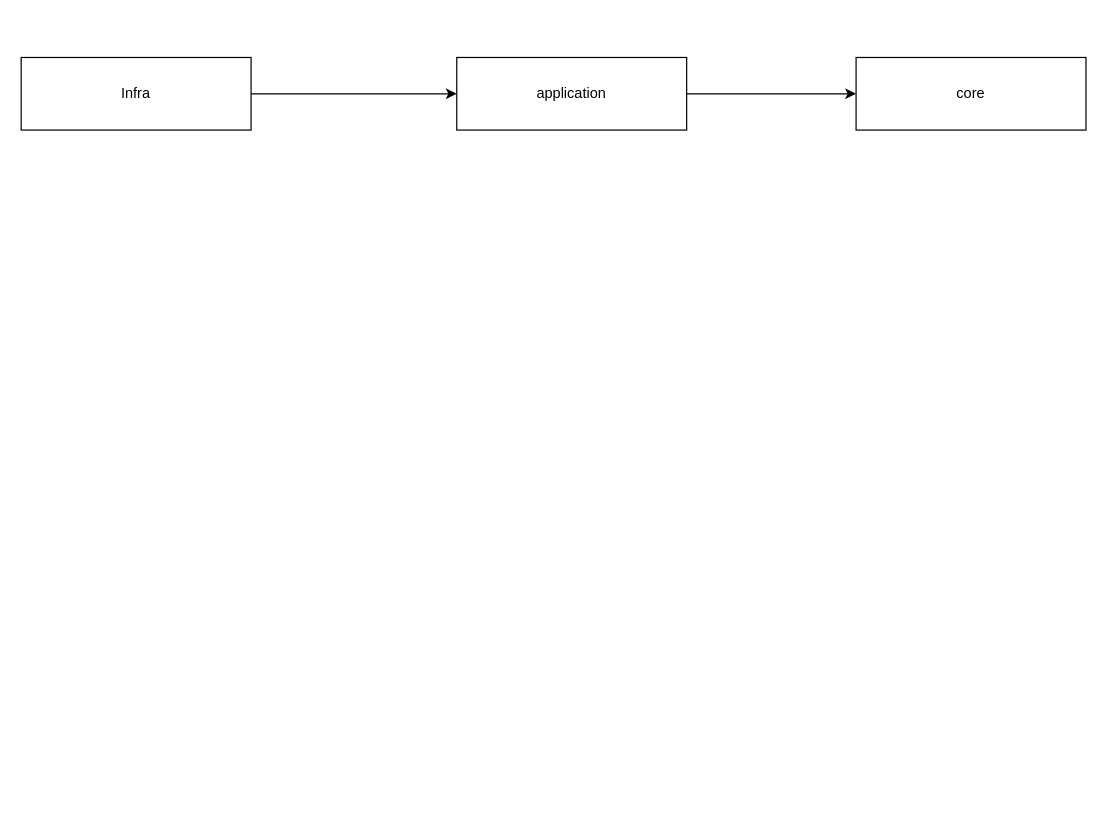
The draw.io diagram page "Camadas" (2 of 5) of arch.drawio in marcoantn020/clean-architecture-nodejs, before the edit. Source tidied: cells renumbered, new cells numbered last; positions are measured from the earlier drawing's top-left corner, leaving out a move shared by most shapes. Both pictures are drawn from the tidied source at 121%, with x=0, y=0 at pixel (21, 57).
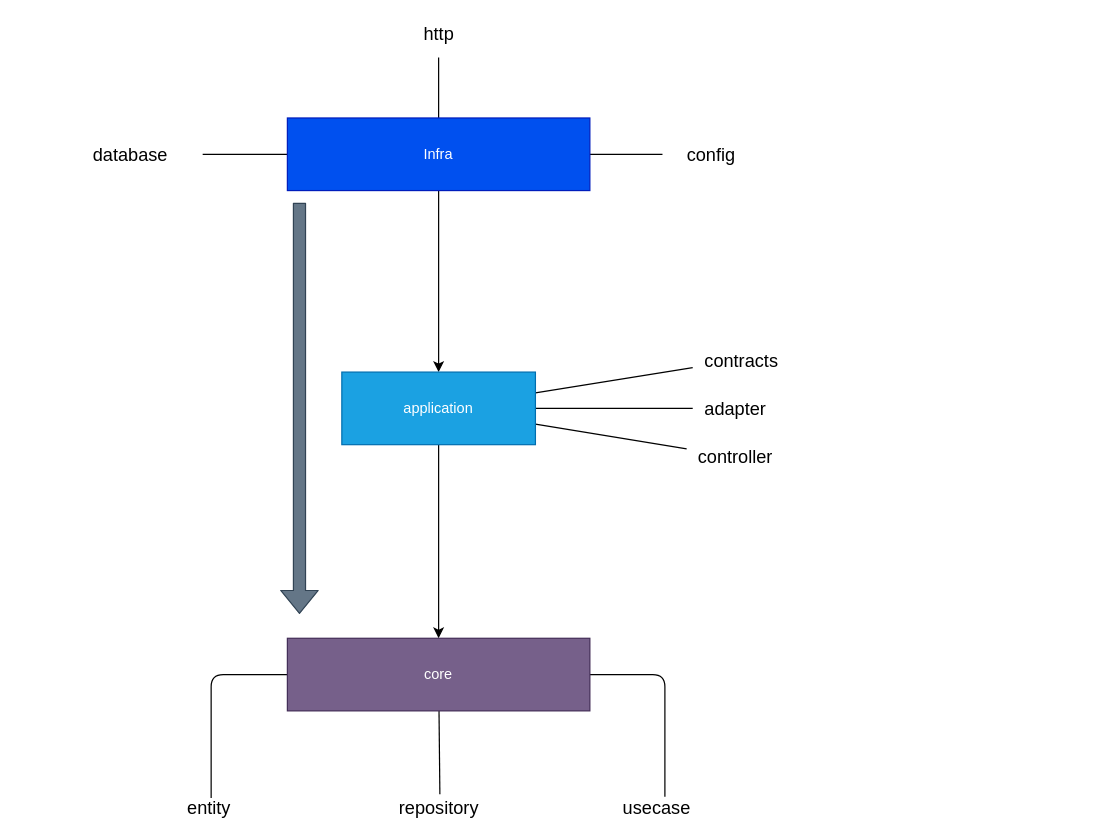
The same page after the edit.

The edit, as a diff of the source:
```diff
@@
-    <mxCell id="2" style="edgeStyle=none;html=1;entryX=0;entryY=0.5;entryDx=0;entryDy=0;" parent="1" edge="1" source="3" target="5">
+    <mxCell id="2" style="edgeStyle=none;html=1;entryX=0.5;entryY=0;entryDx=0;entryDy=0;fontSize=15;" parent="1" edge="1" source="3" target="5">
       <mxGeometry relative="1" as="geometry" />
     </mxCell>
+    <mxCell id="7" style="edgeStyle=none;html=1;fontSize=15;endArrow=none;endFill=0;" parent="1" edge="1" source="3">
+      <mxGeometry relative="1" as="geometry">
+        <mxPoint x="530" y="80" as="targetPoint" />
+      </mxGeometry>
+    </mxCell>
+    <mxCell id="8" style="edgeStyle=none;html=1;fontSize=15;endArrow=none;endFill=0;" parent="1" edge="1" source="3">
+      <mxGeometry relative="1" as="geometry">
+        <mxPoint x="150" y="80" as="targetPoint" />
+      </mxGeometry>
+    </mxCell>
+    <mxCell id="9" style="edgeStyle=none;html=1;fontSize=15;endArrow=none;endFill=0;" parent="1" edge="1" source="3">
+      <mxGeometry relative="1" as="geometry">
+        <mxPoint x="345" as="targetPoint" />
+      </mxGeometry>
+    </mxCell>
-    <mxCell id="3" value="Infra&lt;br&gt;" style="rounded=0;whiteSpace=wrap;html=1;" parent="1" vertex="1">
-      <mxGeometry width="190" height="60" as="geometry" />
+    <mxCell id="3" value="Infra&lt;br&gt;" style="rounded=0;whiteSpace=wrap;html=1;fillColor=#0050ef;fontColor=#ffffff;strokeColor=#001DBC;" parent="1" vertex="1">
+      <mxGeometry x="220" y="50" width="250" height="60" as="geometry" />
     </mxCell>
-    <mxCell id="4" style="edgeStyle=none;html=1;entryX=0;entryY=0.5;entryDx=0;entryDy=0;" parent="1" edge="1" source="5" target="6">
+    <mxCell id="4" style="edgeStyle=none;html=1;entryX=0.5;entryY=0;entryDx=0;entryDy=0;fontSize=15;" parent="1" edge="1" source="5" target="6">
       <mxGeometry relative="1" as="geometry" />
     </mxCell>
+    <mxCell id="10" style="edgeStyle=none;html=1;fontSize=15;endArrow=none;endFill=0;" parent="1" edge="1" source="5" target="20">
+      <mxGeometry relative="1" as="geometry" />
+    </mxCell>
+    <mxCell id="11" style="edgeStyle=none;html=1;fontSize=15;endArrow=none;endFill=0;" parent="1" edge="1" source="5" target="19">
+      <mxGeometry relative="1" as="geometry" />
+    </mxCell>
+    <mxCell id="12" style="edgeStyle=none;html=1;fontSize=15;endArrow=none;endFill=0;" parent="1" edge="1" source="5" target="21">
+      <mxGeometry relative="1" as="geometry" />
+    </mxCell>
-    <mxCell id="5" value="application" style="rounded=0;whiteSpace=wrap;html=1;" parent="1" vertex="1">
-      <mxGeometry x="360" width="190" height="60" as="geometry" />
+    <mxCell id="5" value="application" style="rounded=0;whiteSpace=wrap;html=1;fillColor=#1ba1e2;fontColor=#ffffff;strokeColor=#006EAF;" parent="1" vertex="1">
+      <mxGeometry x="265" y="260" width="160" height="60" as="geometry" />
     </mxCell>
+    <mxCell id="13" style="edgeStyle=none;html=1;entryX=0.6;entryY=0.05;entryDx=0;entryDy=0;entryPerimeter=0;fontSize=15;endArrow=none;endFill=0;" parent="1" edge="1" source="6" target="18">
+      <mxGeometry relative="1" as="geometry">
+        <Array as="points">
+          <mxPoint x="532" y="510" />
+        </Array>
+      </mxGeometry>
+    </mxCell>
+    <mxCell id="14" style="edgeStyle=none;html=1;entryX=0.54;entryY=0.1;entryDx=0;entryDy=0;entryPerimeter=0;fontSize=15;endArrow=none;endFill=0;" parent="1" edge="1" source="6" target="16">
+      <mxGeometry relative="1" as="geometry">
+        <Array as="points">
+          <mxPoint x="157" y="510" />
+        </Array>
+      </mxGeometry>
+    </mxCell>
+    <mxCell id="15" style="edgeStyle=none;html=1;entryX=0.513;entryY=-0.05;entryDx=0;entryDy=0;entryPerimeter=0;fontSize=15;endArrow=none;endFill=0;" parent="1" edge="1" source="6" target="17">
+      <mxGeometry relative="1" as="geometry" />
+    </mxCell>
-    <mxCell id="6" value="core" style="rounded=0;whiteSpace=wrap;html=1;" parent="1" vertex="1">
-      <mxGeometry x="690" width="190" height="60" as="geometry" />
+    <mxCell id="6" value="core" style="rounded=0;whiteSpace=wrap;html=1;fillColor=#76608a;fontColor=#ffffff;strokeColor=#432D57;" parent="1" vertex="1">
+      <mxGeometry x="220" y="480" width="250" height="60" as="geometry" />
     </mxCell>
+    <mxCell id="16" value="entity" style="text;html=1;align=center;verticalAlign=middle;points=[];strokeColor=none;fillColor=none;fontSize=15;" parent="1" vertex="1">
+      <mxGeometry x="130" y="610" width="50" height="20" as="geometry" />
+    </mxCell>
+    <mxCell id="17" value="repository" style="text;html=1;align=center;verticalAlign=middle;points=[];strokeColor=none;fillColor=none;fontSize=15;" parent="1" vertex="1">
+      <mxGeometry x="305" y="610" width="80" height="20" as="geometry" />
+    </mxCell>
+    <mxCell id="18" value="usecase" style="text;html=1;align=center;verticalAlign=middle;points=[];strokeColor=none;fillColor=none;fontSize=15;" parent="1" vertex="1">
+      <mxGeometry x="490" y="610" width="70" height="20" as="geometry" />
+    </mxCell>
+    <mxCell id="19" value="adapter" style="text;html=1;align=center;verticalAlign=middle;points=[];strokeColor=none;fillColor=none;fontSize=15;" parent="1" vertex="1">
+      <mxGeometry x="555" y="280" width="70" height="20" as="geometry" />
+    </mxCell>
+    <mxCell id="20" value="contracts" style="text;html=1;align=center;verticalAlign=middle;points=[];strokeColor=none;fillColor=none;fontSize=15;" parent="1" vertex="1">
+      <mxGeometry x="555" y="240" width="80" height="20" as="geometry" />
+    </mxCell>
+    <mxCell id="21" value="controller" style="text;html=1;align=center;verticalAlign=middle;points=[];strokeColor=none;fillColor=none;fontSize=15;" parent="1" vertex="1">
+      <mxGeometry x="550" y="320" width="80" height="20" as="geometry" />
+    </mxCell>
+    <mxCell id="22" value="config" style="text;html=1;align=center;verticalAlign=middle;strokeColor=none;fillColor=none;fontSize=15;" parent="1" vertex="1">
+      <mxGeometry x="540" y="70" width="60" height="20" as="geometry" />
+    </mxCell>
+    <mxCell id="23" value="database" style="text;html=1;align=center;verticalAlign=middle;strokeColor=none;fillColor=none;fontSize=15;" parent="1" vertex="1">
+      <mxGeometry x="50" y="70" width="80" height="20" as="geometry" />
+    </mxCell>
+    <mxCell id="24" value="http" style="text;html=1;align=center;verticalAlign=middle;strokeColor=none;fillColor=none;fontSize=15;" parent="1" vertex="1">
+      <mxGeometry x="325" y="-30" width="40" height="20" as="geometry" />
+    </mxCell>
+    <mxCell id="25" style="shape=flexArrow;endArrow=classic;html=1;fontSize=14;fillColor=#647687;strokeColor=#314354;" parent="1" edge="1">
+      <mxGeometry relative="1" as="geometry">
+        <mxPoint x="230" y="120" as="sourcePoint" />
+        <mxPoint x="230" y="460" as="targetPoint" />
+      </mxGeometry>
+    </mxCell>
```
